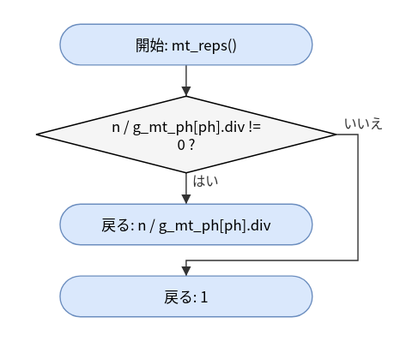
This is doc/spec/images/flow_test_bfm_test-mt_reps.drawio.svg from hf355051012-ai/bfmem, a draw.io export, as it was before one commit. Source tidied: cells renumbered, new cells last; positions are measured from the earlier drawing's top-left corner, leaving out a move shared by most shapes.
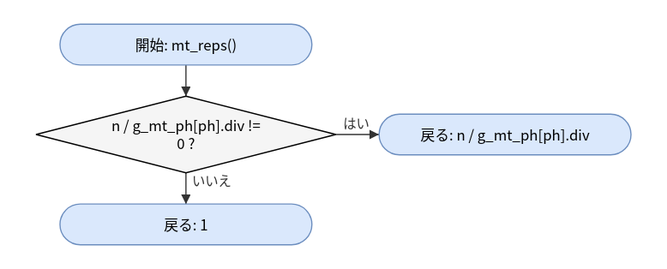
After the commit.

Diff of the diagram source:
```diff
@@ -9,25 +9,19 @@
       <mxGeometry y="60" width="250" height="64" as="geometry" />
     </mxCell>
     <mxCell id="4" value="戻る: n / g_mt_ph[ph].div" style="rounded=1;arcSize=50;whiteSpace=wrap;html=1;fillColor=#dae8fc;strokeColor=#6c8ebf;" parent="1" vertex="1">
-      <mxGeometry x="20" y="150" width="210" height="34" as="geometry" />
+      <mxGeometry x="286" y="75" width="210" height="34" as="geometry" />
     </mxCell>
     <mxCell id="5" value="戻る: 1" style="rounded=1;arcSize=50;whiteSpace=wrap;html=1;fillColor=#dae8fc;strokeColor=#6c8ebf;" parent="1" vertex="1">
-      <mxGeometry x="20" y="210" width="210" height="34" as="geometry" />
+      <mxGeometry x="20" y="150" width="210" height="34" as="geometry" />
     </mxCell>
     <mxCell id="6" style="edgeStyle=none;html=1;rounded=0;endArrow=block;endFill=1;exitX=0.5000;exitY=1.0000;exitDx=0;exitDy=0;exitPerimeter=0;entryX=0.5000;entryY=0.0000;entryDx=0;entryDy=0;entryPerimeter=0;" parent="1" edge="1" source="2" target="3">
       <mxGeometry relative="1" as="geometry" />
     </mxCell>
-    <mxCell id="7" value="はい" style="edgeStyle=none;html=1;rounded=0;endArrow=block;endFill=1;exitX=0.5000;exitY=1.0000;exitDx=0;exitDy=0;exitPerimeter=0;entryX=0.5000;entryY=0.0000;entryDx=0;entryDy=0;entryPerimeter=0;" parent="1" edge="1" source="3" target="4">
+    <mxCell id="7" value="はい" style="edgeStyle=none;html=1;rounded=0;endArrow=block;endFill=1;exitX=1.0000;exitY=0.5000;exitDx=0;exitDy=0;exitPerimeter=0;entryX=0.0000;entryY=0.5000;entryDx=0;entryDy=0;entryPerimeter=0;" parent="1" edge="1" source="3" target="4">
       <mxGeometry relative="1" as="geometry" />
     </mxCell>
-    <mxCell id="8" value="いいえ" style="edgeStyle=none;html=1;rounded=0;endArrow=block;endFill=1;exitX=1.0000;exitY=0.5000;exitDx=0;exitDy=0;exitPerimeter=0;entryX=0.5000;entryY=0.0000;entryDx=0;entryDy=0;entryPerimeter=0;" parent="1" edge="1" source="3" target="5">
-      <mxGeometry relative="1" as="geometry">
-        <Array as="points">
-          <mxPoint x="268" y="92" />
-          <mxPoint x="268" y="197" />
-          <mxPoint x="125" y="197" />
-        </Array>
-      </mxGeometry>
+    <mxCell id="8" value="いいえ" style="edgeStyle=none;html=1;rounded=0;endArrow=block;endFill=1;exitX=0.5000;exitY=1.0000;exitDx=0;exitDy=0;exitPerimeter=0;entryX=0.5000;entryY=0.0000;entryDx=0;entryDy=0;entryPerimeter=0;" parent="1" edge="1" source="3" target="5">
+      <mxGeometry relative="1" as="geometry" />
     </mxCell>
   </root>
 </mxGraphModel>
```
